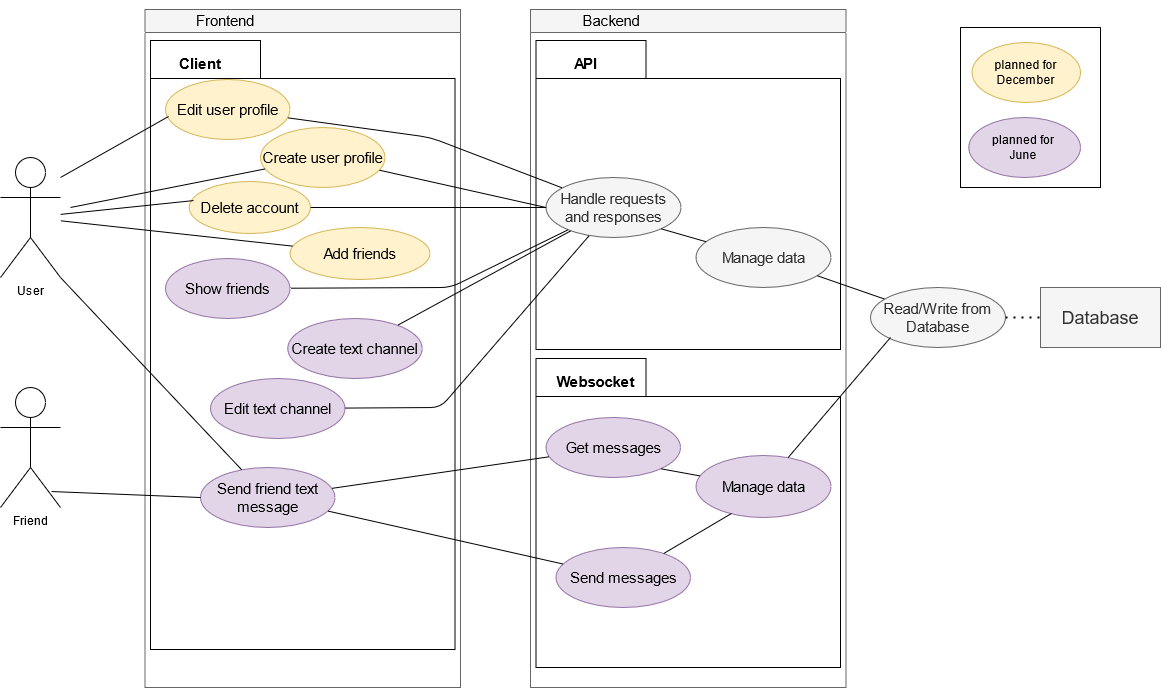
Before: UseCaseDiagram.png, a diagram exported from draw.io (LorenzSeufert/CeangalMessenger---Documentation). Source tidied: cells renumbered, new cells last; positions are measured from the earlier drawing's top-left corner, leaving out a move shared by most shapes.
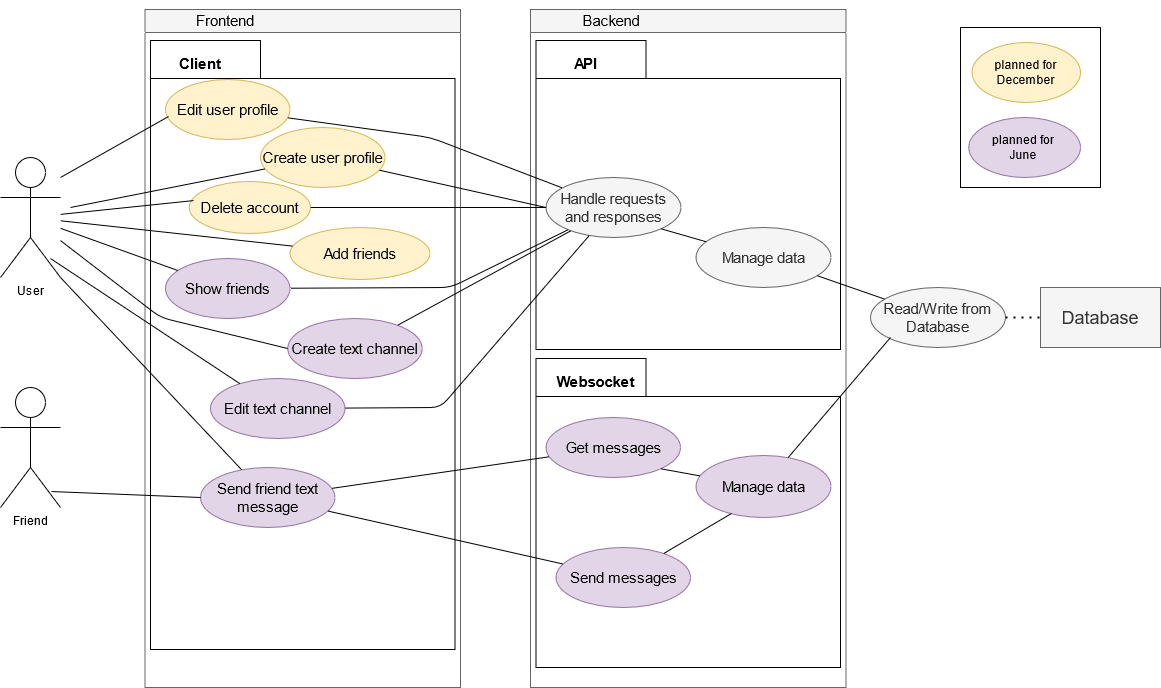
The same file after the commit.

Diff of the diagram source:
```diff
@@ -176,5 +176,18 @@
     <mxCell id="53" value="planned for June" style="text;html=1;strokeColor=none;fillColor=none;align=center;verticalAlign=middle;whiteSpace=wrap;rounded=0;" parent="49" vertex="1">
       <mxGeometry x="25.8" y="100" width="74.2" height="40" as="geometry" />
     </mxCell>
+    <mxCell id="54" style="endArrow=none;html=1;" parent="1" edge="1" source="14" target="12">
+      <mxGeometry relative="1" as="geometry" />
+    </mxCell>
+    <mxCell id="55" style="endArrow=none;html=1;entryX=0;entryY=0.5;entryDx=0;entryDy=0;" parent="1" edge="1" source="14" target="6">
+      <mxGeometry relative="1" as="geometry">
+        <Array as="points">
+          <mxPoint x="160" y="317" />
+        </Array>
+      </mxGeometry>
+    </mxCell>
+    <mxCell id="56" style="endArrow=none;html=1;exitX=0.833;exitY=0.842;exitDx=0;exitDy=0;exitPerimeter=0;" parent="1" edge="1" source="14" target="10">
+      <mxGeometry relative="1" as="geometry" />
+    </mxCell>
   </root>
 </mxGraphModel>
```
